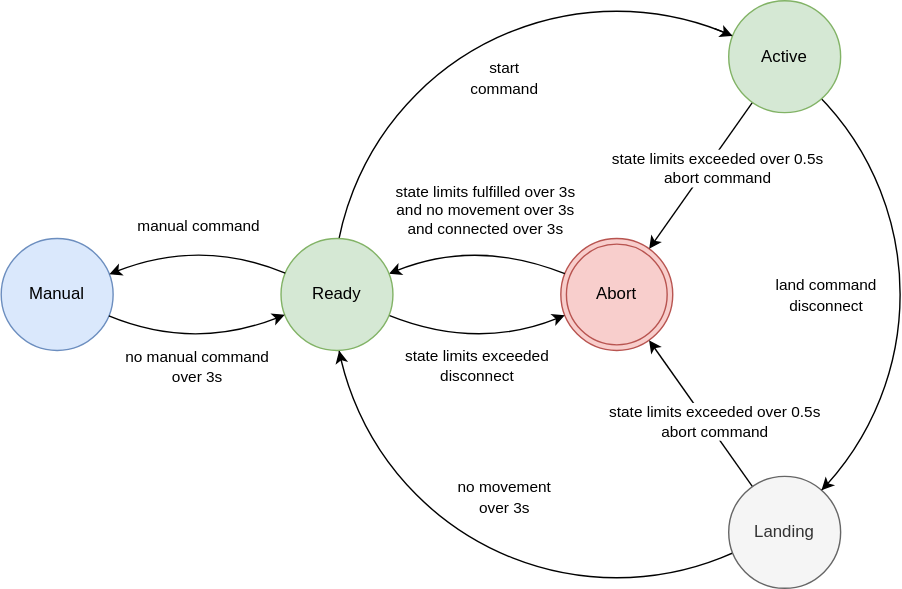
Above: docs/state_machine.drawio.svg in Eryk-Mozdzen/uav-tvc-goose (draw.io), before the change. Source tidied: cells renumbered, new cells last; positions are measured from the earlier drawing's top-left corner, leaving out a move shared by most shapes.
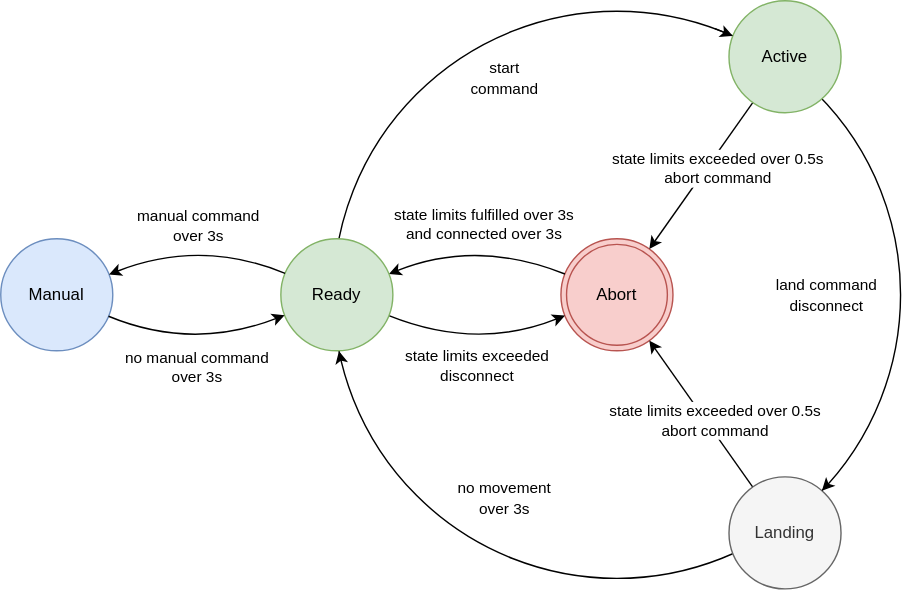
The same diagram one commit later.

Diff of the diagram source:
```diff
@@ -15,9 +15,9 @@
         </Array>
       </mxGeometry>
     </mxCell>
-    <mxCell id="5" value="state limits fulfilled&amp;nbsp;over 3s&lt;br style=&quot;border-color: var(--border-color);&quot;&gt;and no movement over 3s&lt;br style=&quot;border-color: var(--border-color);&quot;&gt;and connected over 3s" style="edgeLabel;html=1;align=center;verticalAlign=middle;" parent="4" vertex="1">
+    <mxCell id="5" value="state limits fulfilled&amp;nbsp;over 3s&lt;br style=&quot;border-color: var(--border-color);&quot;&gt;and connected over 3s" style="edgeLabel;html=1;align=center;verticalAlign=middle;" parent="4" vertex="1">
       <mxGeometry x="0.26" y="-1" relative="1" as="geometry">
-        <mxPoint x="22" y="-26" as="offset" />
+        <mxPoint x="22" y="-16" as="offset" />
       </mxGeometry>
     </mxCell>
     <mxCell id="6" style="endArrow=classic;html=1;curved=1;" parent="1" edge="1" source="8" target="3">
@@ -91,7 +91,7 @@
         </Array>
       </mxGeometry>
     </mxCell>
-    <mxCell id="23" value="manual command" style="edgeLabel;html=1;align=center;verticalAlign=middle;" parent="22" vertex="1">
+    <mxCell id="23" value="manual command&lt;br&gt;over 3s" style="edgeLabel;html=1;align=center;verticalAlign=middle;" parent="22" vertex="1">
       <mxGeometry x="0.26" y="-1" relative="1" as="geometry">
         <mxPoint x="17" y="-16" as="offset" />
       </mxGeometry>
```
